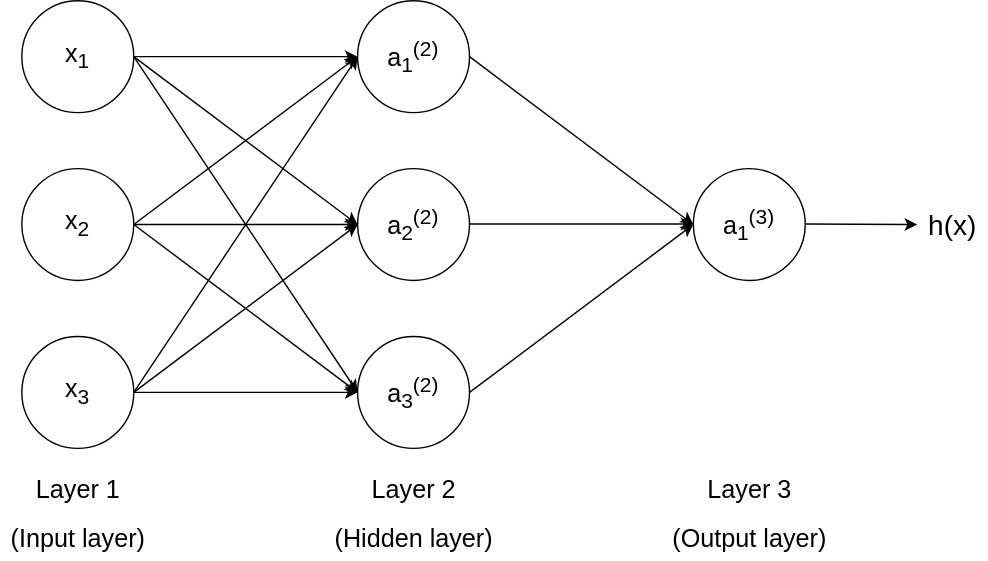
Before: media/neural network.drawio.svg, a diagram exported from draw.io (arun-jathari/data-science-). Source tidied: cells renumbered, new cells last; positions are measured from the earlier drawing's top-left corner, leaving out a move shared by most shapes.
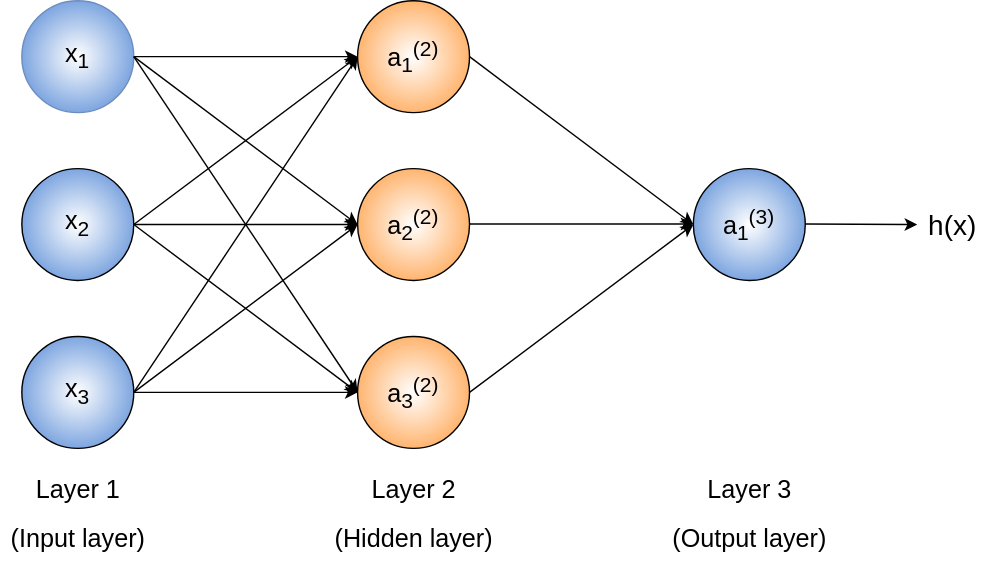
The same file after the commit.

Change to the diagram source:
```diff
@@ -2,22 +2,22 @@
   <root>
     <mxCell id="0" />
     <mxCell id="1" parent="0" />
-    <mxCell id="2" value="&lt;font style=&quot;font-size: 18px&quot;&gt;x&lt;sub&gt;1&lt;/sub&gt;&lt;/font&gt;" style="ellipse;whiteSpace=wrap;html=1;" parent="1" vertex="1">
+    <mxCell id="2" value="&lt;font style=&quot;font-size: 18px&quot;&gt;x&lt;sub&gt;1&lt;/sub&gt;&lt;/font&gt;" style="ellipse;whiteSpace=wrap;html=1;fillColor=#FFFFFF;strokeColor=#6c8ebf;gradientColor=#7EA6E0;gradientDirection=radial;" parent="1" vertex="1">
       <mxGeometry x="15" width="80" height="80" as="geometry" />
     </mxCell>
-    <mxCell id="3" value="&lt;font style=&quot;font-size: 18px&quot;&gt;x&lt;sub&gt;3&lt;/sub&gt;&lt;/font&gt;" style="ellipse;whiteSpace=wrap;html=1;" parent="1" vertex="1">
+    <mxCell id="3" value="&lt;font style=&quot;font-size: 18px&quot;&gt;x&lt;sub&gt;3&lt;/sub&gt;&lt;/font&gt;" style="ellipse;whiteSpace=wrap;html=1;gradientColor=#7EA6E0;gradientDirection=radial;" parent="1" vertex="1">
       <mxGeometry x="15" y="240" width="80" height="80" as="geometry" />
     </mxCell>
-    <mxCell id="4" value="&lt;font style=&quot;font-size: 18px&quot;&gt;x&lt;sub&gt;2&lt;/sub&gt;&lt;/font&gt;" style="ellipse;whiteSpace=wrap;html=1;" parent="1" vertex="1">
+    <mxCell id="4" value="&lt;font style=&quot;font-size: 18px&quot;&gt;x&lt;sub&gt;2&lt;/sub&gt;&lt;/font&gt;" style="ellipse;whiteSpace=wrap;html=1;gradientColor=#7EA6E0;gradientDirection=radial;" parent="1" vertex="1">
       <mxGeometry x="15" y="120" width="80" height="80" as="geometry" />
     </mxCell>
-    <mxCell id="5" value="&lt;font style=&quot;font-size: 18px&quot;&gt;a&lt;sub&gt;1&lt;/sub&gt;&lt;sup&gt;(2)&lt;/sup&gt;&lt;/font&gt;" style="ellipse;whiteSpace=wrap;html=1;" parent="1" vertex="1">
+    <mxCell id="5" value="&lt;font style=&quot;font-size: 18px&quot;&gt;a&lt;sub&gt;1&lt;/sub&gt;&lt;sup&gt;(2)&lt;/sup&gt;&lt;/font&gt;" style="ellipse;whiteSpace=wrap;html=1;gradientColor=#FFB570;gradientDirection=radial;" parent="1" vertex="1">
       <mxGeometry x="255" width="80" height="80" as="geometry" />
     </mxCell>
-    <mxCell id="6" value="&lt;font style=&quot;font-size: 18px&quot;&gt;a&lt;sub&gt;3&lt;/sub&gt;&lt;sup&gt;(2)&lt;/sup&gt;&lt;/font&gt;" style="ellipse;whiteSpace=wrap;html=1;" parent="1" vertex="1">
+    <mxCell id="6" value="&lt;font style=&quot;font-size: 18px&quot;&gt;a&lt;sub&gt;3&lt;/sub&gt;&lt;sup&gt;(2)&lt;/sup&gt;&lt;/font&gt;" style="ellipse;whiteSpace=wrap;html=1;gradientColor=#FFB570;gradientDirection=radial;" parent="1" vertex="1">
       <mxGeometry x="255" y="240" width="80" height="80" as="geometry" />
     </mxCell>
-    <mxCell id="7" value="&lt;font style=&quot;font-size: 18px&quot;&gt;a&lt;sub&gt;2&lt;/sub&gt;&lt;sup&gt;(2)&lt;/sup&gt;&lt;/font&gt;" style="ellipse;whiteSpace=wrap;html=1;" parent="1" vertex="1">
+    <mxCell id="7" value="&lt;font style=&quot;font-size: 18px&quot;&gt;a&lt;sub&gt;2&lt;/sub&gt;&lt;sup&gt;(2)&lt;/sup&gt;&lt;/font&gt;" style="ellipse;whiteSpace=wrap;html=1;gradientColor=#FFB570;gradientDirection=radial;" parent="1" vertex="1">
       <mxGeometry x="255" y="120" width="80" height="80" as="geometry" />
     </mxCell>
     <mxCell id="8" style="endArrow=classic;html=1;rounded=0;exitX=1;exitY=0.5;exitDx=0;exitDy=0;entryX=0;entryY=0.5;entryDx=0;entryDy=0;" parent="1" edge="1" source="2" target="5">
@@ -54,7 +54,7 @@
     <mxCell id="16" style="endArrow=classic;html=1;rounded=0;entryX=0;entryY=0.5;entryDx=0;entryDy=0;exitX=1;exitY=0.5;exitDx=0;exitDy=0;" parent="1" edge="1" source="3" target="6">
       <mxGeometry relative="1" as="geometry" />
     </mxCell>
-    <mxCell id="17" value="&lt;font style=&quot;font-size: 18px&quot;&gt;a&lt;sub&gt;1&lt;/sub&gt;&lt;sup&gt;(3)&lt;/sup&gt;&lt;/font&gt;" style="ellipse;whiteSpace=wrap;html=1;" parent="1" vertex="1">
+    <mxCell id="17" value="&lt;font style=&quot;font-size: 18px&quot;&gt;a&lt;sub&gt;1&lt;/sub&gt;&lt;sup&gt;(3)&lt;/sup&gt;&lt;/font&gt;" style="ellipse;whiteSpace=wrap;html=1;gradientColor=#7EA6E0;gradientDirection=radial;" parent="1" vertex="1">
       <mxGeometry x="495" y="120" width="80" height="80" as="geometry" />
     </mxCell>
     <mxCell id="18" style="endArrow=classic;html=1;rounded=0;exitX=1;exitY=0.5;exitDx=0;exitDy=0;entryX=0;entryY=0.5;entryDx=0;entryDy=0;" parent="1" edge="1">
```
